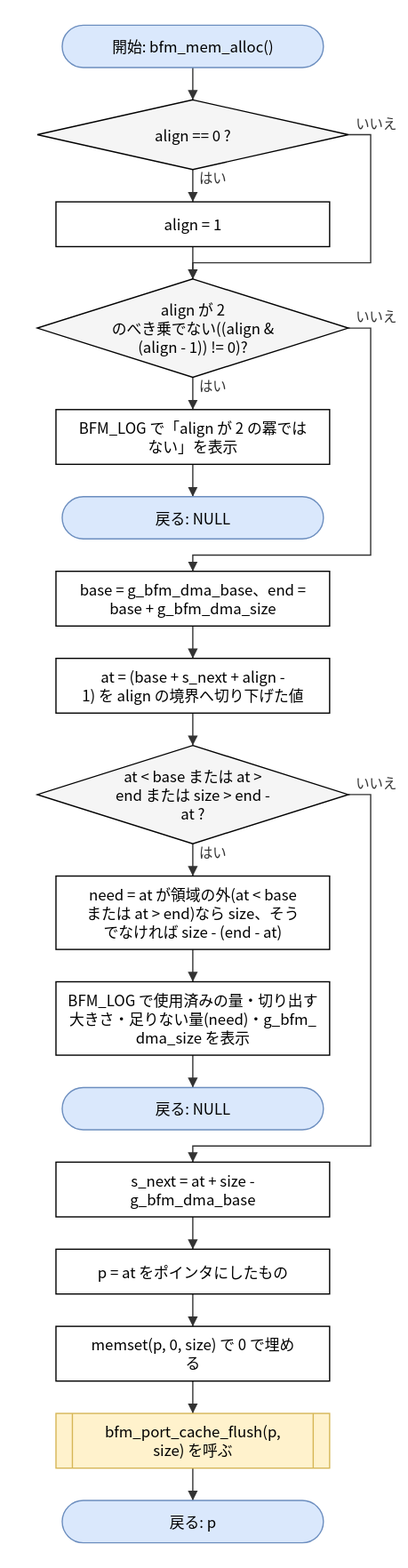
Earlier version of the draw.io export doc/spec/images/flow_src_bfm_mem__bfm_mem_alloc.drawio.svg (hf355051012-ai/bfmem). Source tidied: cells renumbered, new cells last; positions are measured from the earlier drawing's top-left corner, leaving out a move shared by most shapes.
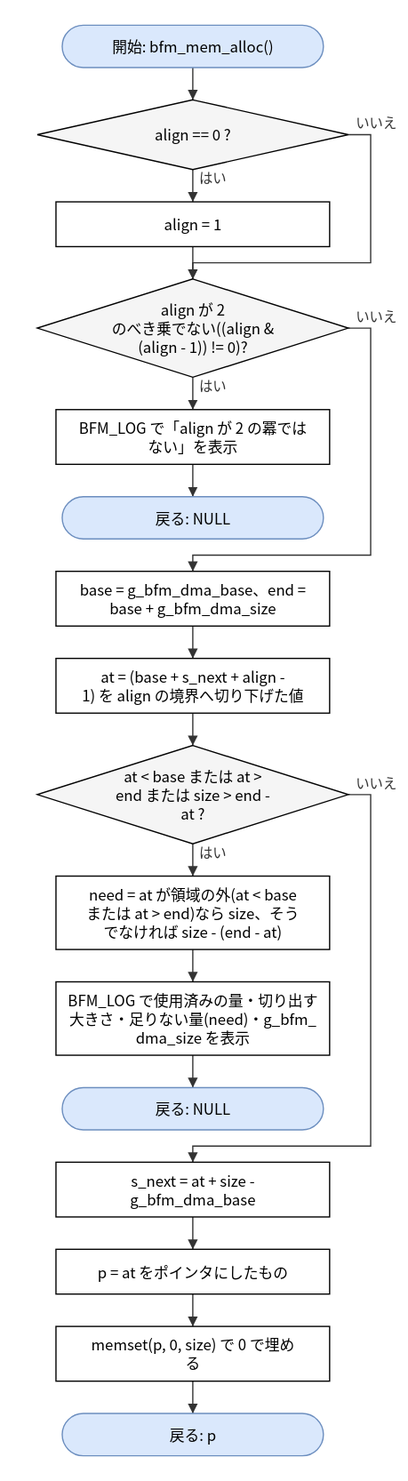
Above is the later version.

The edit, as a diff of the source:
```diff
@@ -47,12 +47,9 @@
     <mxCell id="16" value="memset(p, 0, size) で 0 で埋め&lt;br&gt;る" style="rounded=0;whiteSpace=wrap;html=1;" parent="1" vertex="1">
       <mxGeometry x="15" y="1046" width="220" height="44" as="geometry" />
     </mxCell>
-    <mxCell id="17" value="bfm_port_cache_flush(p,&lt;br&gt;size) を呼ぶ" style="shape=process;whiteSpace=wrap;html=1;backgroundOutline=1;size=0.06;fillColor=#fff2cc;strokeColor=#d6b656;" parent="1" vertex="1">
-      <mxGeometry x="15" y="1116" width="220" height="44" as="geometry" />
+    <mxCell id="17" value="戻る: p" style="rounded=1;arcSize=50;whiteSpace=wrap;html=1;fillColor=#dae8fc;strokeColor=#6c8ebf;" parent="1" vertex="1">
+      <mxGeometry x="20" y="1116" width="210" height="34" as="geometry" />
     </mxCell>
-    <mxCell id="18" value="戻る: p" style="rounded=1;arcSize=50;whiteSpace=wrap;html=1;fillColor=#dae8fc;strokeColor=#6c8ebf;" parent="1" vertex="1">
-      <mxGeometry x="20" y="1186" width="210" height="34" as="geometry" />
-    </mxCell>
     <mxCell id="19" style="edgeStyle=none;html=1;rounded=0;endArrow=block;endFill=1;exitX=0.5000;exitY=1.0000;exitDx=0;exitDy=0;exitPerimeter=0;entryX=0.5000;entryY=0.0000;entryDx=0;entryDy=0;entryPerimeter=0;" parent="1" edge="1" source="2" target="3">
       <mxGeometry relative="1" as="geometry" />
     </mxCell>
@@ -119,8 +116,5 @@
     <mxCell id="34" style="edgeStyle=none;html=1;rounded=0;endArrow=block;endFill=1;exitX=0.5000;exitY=1.0000;exitDx=0;exitDy=0;exitPerimeter=0;entryX=0.5000;entryY=0.0000;entryDx=0;entryDy=0;entryPerimeter=0;" parent="1" edge="1" source="16" target="17">
       <mxGeometry relative="1" as="geometry" />
     </mxCell>
-    <mxCell id="35" style="edgeStyle=none;html=1;rounded=0;endArrow=block;endFill=1;exitX=0.5000;exitY=1.0000;exitDx=0;exitDy=0;exitPerimeter=0;entryX=0.5000;entryY=0.0000;entryDx=0;entryDy=0;entryPerimeter=0;" parent="1" edge="1" source="17" target="18">
-      <mxGeometry relative="1" as="geometry" />
-    </mxCell>
   </root>
 </mxGraphModel>
```
